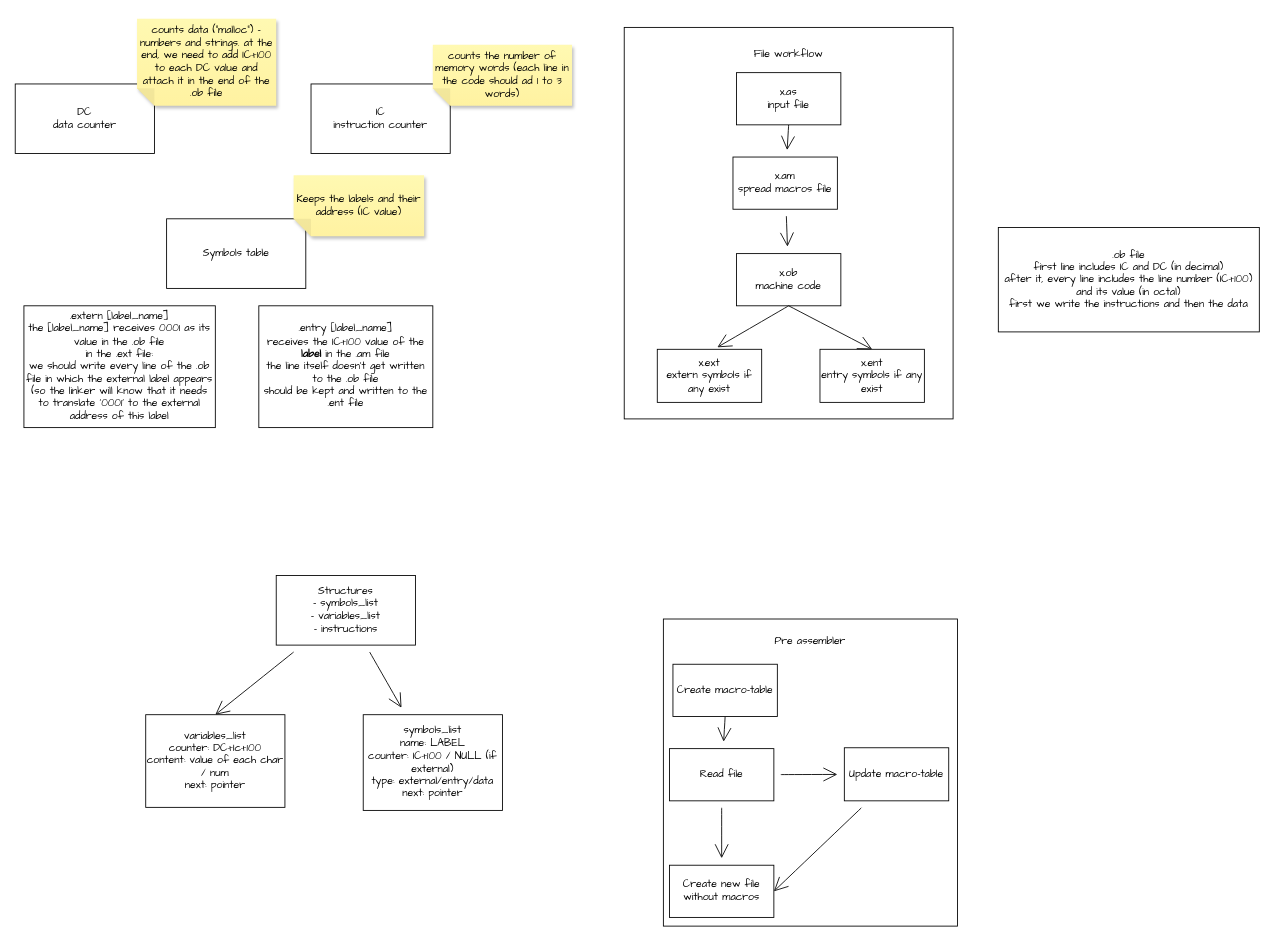
The draw.io diagram page "Page-1" (1 of 3) of Assembler-planning.drawio in jonny-tr/OpenI-C-Project, before the edit. Source tidied: cells renumbered, new cells numbered last; positions are measured from the earlier drawing's top-left corner, leaving out a move shared by most shapes. Both pictures are drawn from the tidied source at 87%, with x=0, y=0 at pixel (15, 18).
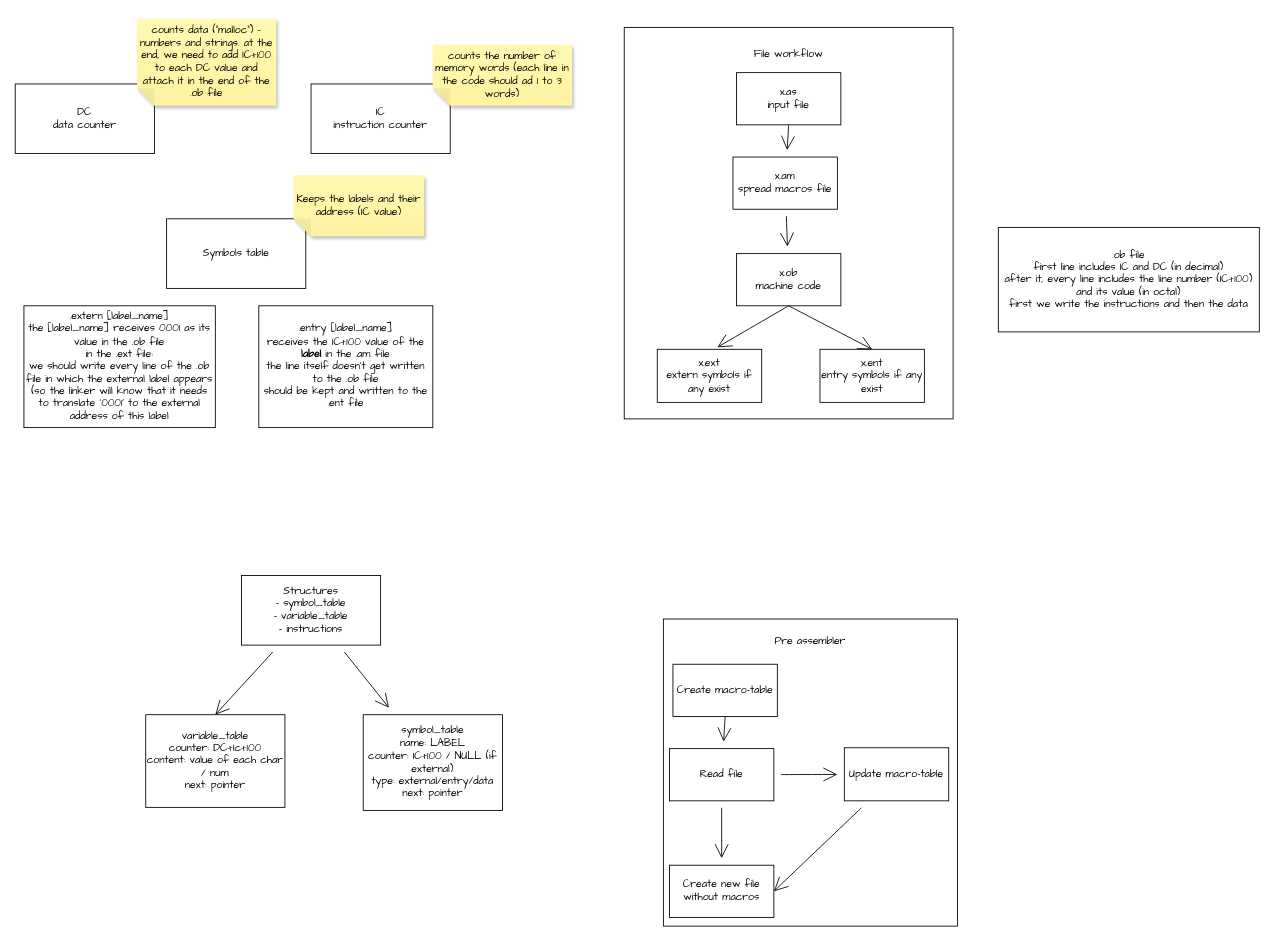
The same diagram, later.

Commit message:
Updated structs naming to be tables and not lists.

Change to the diagram source:
```diff
@@
-    <mxCell id="34" value="Structures&lt;div&gt;- symbols_list&lt;/div&gt;&lt;div&gt;- variables_list&lt;/div&gt;&lt;div&gt;- instructions&lt;/div&gt;" style="rounded=0;whiteSpace=wrap;html=1;fontFamily=Architects Daughter;" parent="1" vertex="1">
-      <mxGeometry x="300" y="640" width="160" height="80" as="geometry" />
+    <mxCell id="34" value="Structures&lt;div&gt;- symbol_table&lt;/div&gt;&lt;div&gt;- variable_table&lt;/div&gt;&lt;div&gt;- instructions&lt;/div&gt;" style="rounded=0;whiteSpace=wrap;html=1;fontFamily=Architects Daughter;" parent="1" vertex="1">
+      <mxGeometry x="260" y="640" width="160" height="80" as="geometry" />
     </mxCell>
-    <mxCell id="35" value="&lt;div&gt;variables_list&lt;/div&gt;&lt;div&gt;counter: DC+Ic+100&lt;/div&gt;&lt;div&gt;content:&lt;span style=&quot;background-color: initial;&quot;&gt;&amp;nbsp;value of&amp;nbsp;&lt;/span&gt;&lt;span style=&quot;background-color: initial;&quot;&gt;each char / num&lt;/span&gt;&lt;/div&gt;&lt;div&gt;&lt;span style=&quot;background-color: initial;&quot;&gt;next: pointer&lt;/span&gt;&lt;/div&gt;" style="rounded=0;whiteSpace=wrap;html=1;fontFamily=Architects Daughter;" parent="1" vertex="1">
+    <mxCell id="35" value="&lt;div&gt;variable_table&lt;/div&gt;&lt;div&gt;counter: DC+Ic+100&lt;/div&gt;&lt;div&gt;content:&lt;span style=&quot;background-color: initial;&quot;&gt;&amp;nbsp;value of&amp;nbsp;&lt;/span&gt;&lt;span style=&quot;background-color: initial;&quot;&gt;each char / num&lt;/span&gt;&lt;/div&gt;&lt;div&gt;&lt;span style=&quot;background-color: initial;&quot;&gt;next: pointer&lt;/span&gt;&lt;/div&gt;" style="rounded=0;whiteSpace=wrap;html=1;fontFamily=Architects Daughter;" parent="1" vertex="1">
       <mxGeometry x="150" y="800" width="160" height="106.5" as="geometry" />
     </mxCell>
-    <mxCell id="36" value="symbols_list&lt;div&gt;name: LABEL&lt;/div&gt;&lt;div&gt;counter: IC+100 / NULL (if external)&lt;/div&gt;&lt;div&gt;type: external/entry/data&lt;/div&gt;&lt;div&gt;next: pointer&lt;/div&gt;" style="whiteSpace=wrap;html=1;fontFamily=Architects Daughter;rounded=0;" parent="1" vertex="1">
+    <mxCell id="36" value="symbol_table&lt;div&gt;name: LABEL&lt;/div&gt;&lt;div&gt;counter: IC+100 / NULL (if external)&lt;/div&gt;&lt;div&gt;type: external/entry/data&lt;/div&gt;&lt;div&gt;next: pointer&lt;/div&gt;" style="whiteSpace=wrap;html=1;fontFamily=Architects Daughter;rounded=0;" parent="1" vertex="1">
       <mxGeometry x="400" y="800" width="160" height="110" as="geometry" />
     </mxCell>
```
